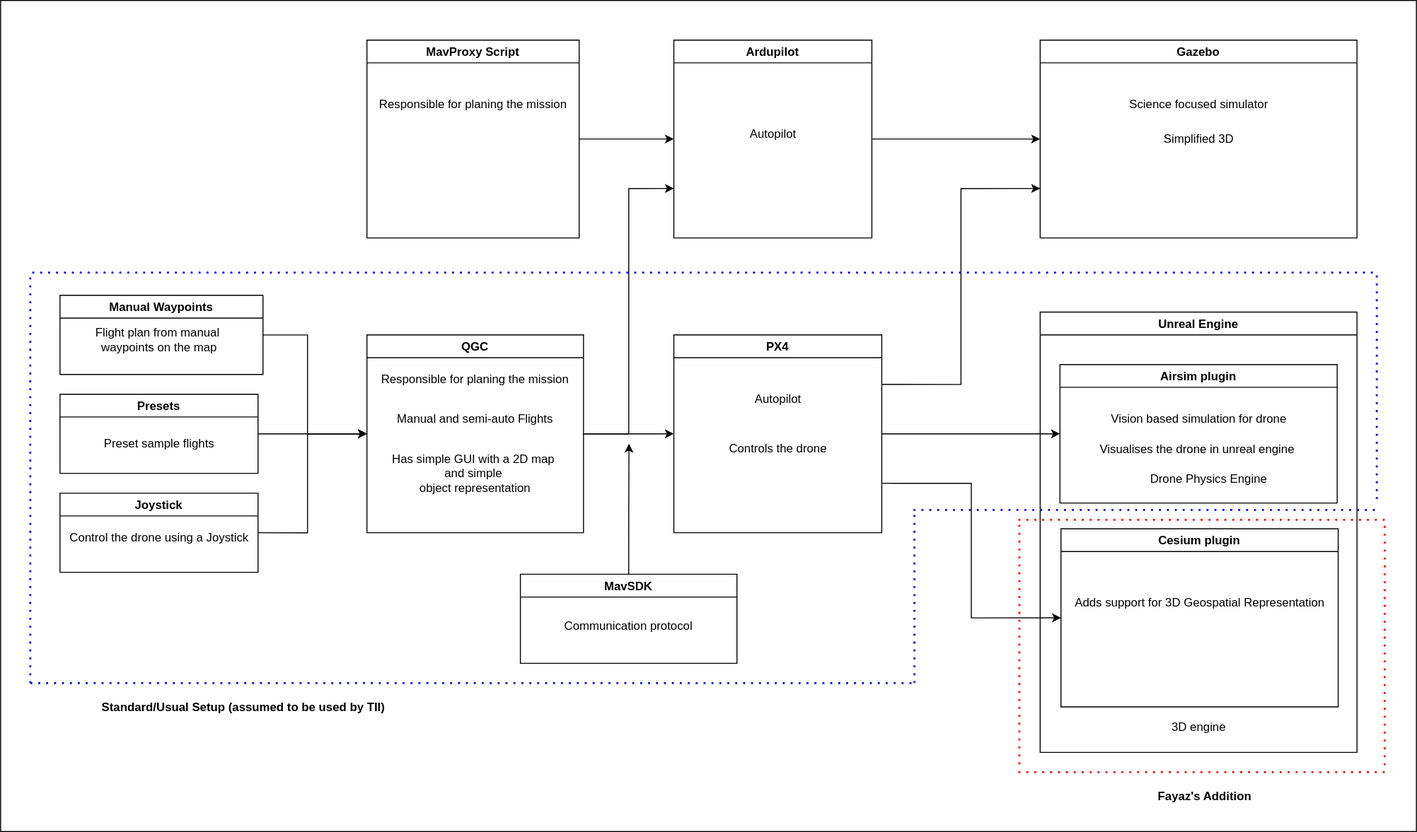
madatr/UTM-Diagrams keeps this draw.io diagram as Drone_sim.drawio.svg. Above is the earlier version. Source tidied: cells renumbered, new cells last; positions are measured from the earlier drawing's top-left corner, leaving out a move shared by most shapes.
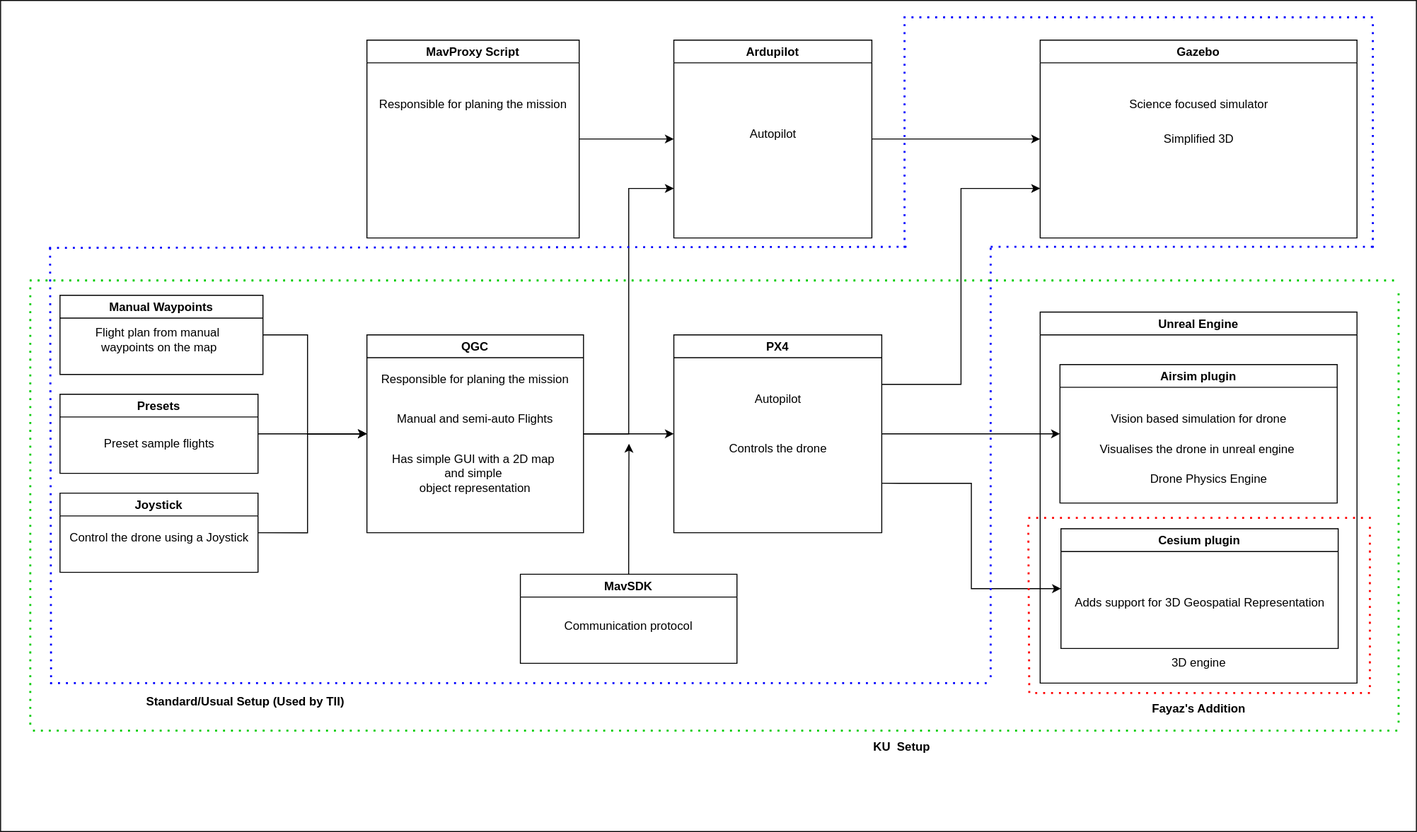
Later version of the same file.

Change to the diagram source:
```diff
@@ -2,6 +2,9 @@
   <root>
     <mxCell id="0" />
     <mxCell id="1" parent="0" />
+    <mxCell id="55" style="rounded=0;whiteSpace=wrap;html=1;fillColor=none;" parent="1" vertex="1">
+      <mxGeometry width="1430" height="840" as="geometry" />
+    </mxCell>
     <mxCell id="2" style="edgeStyle=orthogonalEdgeStyle;rounded=0;jettySize=auto;html=1;exitX=1;exitY=0.5;exitDx=0;exitDy=0;entryX=0;entryY=0.5;entryDx=0;entryDy=0;" parent="1" edge="1" source="4" target="11">
       <mxGeometry relative="1" as="geometry" />
     </mxCell>
@@ -66,7 +69,7 @@
       <mxGeometry x="2.2" y="50" width="210" height="30" as="geometry" />
     </mxCell>
     <mxCell id="23" value="Unreal Engine" style="swimlane;" parent="1" vertex="1">
-      <mxGeometry x="1050" y="315" width="320" height="445" as="geometry" />
+      <mxGeometry x="1050" y="315" width="320" height="375" as="geometry" />
     </mxCell>
     <mxCell id="24" value="Airsim plugin" style="swimlane;" parent="23" vertex="1">
       <mxGeometry x="20" y="53" width="280" height="140" as="geometry" />
@@ -81,10 +84,10 @@
       <mxGeometry x="80" y="101" width="140" height="30" as="geometry" />
     </mxCell>
     <mxCell id="28" value="3D engine" style="text;html=1;align=center;verticalAlign=middle;strokeColor=none;fillColor=none;" parent="23" vertex="1">
-      <mxGeometry x="120" y="405" width="80" height="30" as="geometry" />
+      <mxGeometry x="120" y="340" width="80" height="30" as="geometry" />
     </mxCell>
     <mxCell id="29" value="Cesium plugin" style="swimlane;" parent="23" vertex="1">
-      <mxGeometry x="21" y="219" width="280" height="180" as="geometry" />
+      <mxGeometry x="21" y="219" width="280" height="121" as="geometry" />
     </mxCell>
     <mxCell id="30" value="Adds support for 3D Geospatial Representation" style="text;html=1;align=center;verticalAlign=middle;strokeColor=none;fillColor=none;" parent="29" vertex="1">
       <mxGeometry y="60" width="280" height="30" as="geometry" />
@@ -140,72 +143,108 @@
     </mxCell>
     <mxCell id="43" style="endArrow=none;dashed=1;html=1;dashPattern=1 3;strokeWidth=2;rounded=0;strokeColor=#0000FF;" parent="1" edge="1">
       <mxGeometry relative="1" as="geometry">
-        <mxPoint x="32" y="275" as="sourcePoint" />
-        <mxPoint x="1390" y="275" as="targetPoint" />
+        <mxPoint x="49" y="250" as="sourcePoint" />
+        <mxPoint x="919" y="249" as="targetPoint" />
       </mxGeometry>
     </mxCell>
     <mxCell id="44" style="endArrow=none;dashed=1;html=1;dashPattern=1 3;strokeWidth=2;rounded=0;strokeColor=#0000FF;" parent="1" edge="1">
       <mxGeometry relative="1" as="geometry">
-        <mxPoint x="922" y="515" as="sourcePoint" />
-        <mxPoint x="1392" y="515" as="targetPoint" />
+        <mxPoint x="920" y="17" as="sourcePoint" />
+        <mxPoint x="1390" y="17" as="targetPoint" />
       </mxGeometry>
     </mxCell>
     <mxCell id="45" style="endArrow=none;dashed=1;html=1;dashPattern=1 3;strokeWidth=2;rounded=0;strokeColor=#0000FF;" parent="1" edge="1">
       <mxGeometry relative="1" as="geometry">
-        <mxPoint x="1390" y="278" as="sourcePoint" />
-        <mxPoint x="1390" y="510" as="targetPoint" />
+        <mxPoint x="1386" y="24" as="sourcePoint" />
+        <mxPoint x="1386" y="250" as="targetPoint" />
       </mxGeometry>
     </mxCell>
     <mxCell id="46" style="endArrow=none;dashed=1;html=1;dashPattern=1 3;strokeWidth=2;rounded=0;strokeColor=#0000FF;" parent="1" edge="1">
       <mxGeometry relative="1" as="geometry">
-        <mxPoint x="30" y="690" as="sourcePoint" />
-        <mxPoint x="920" y="690" as="targetPoint" />
+        <mxPoint x="50" y="690" as="sourcePoint" />
+        <mxPoint x="996" y="690" as="targetPoint" />
       </mxGeometry>
     </mxCell>
     <mxCell id="47" style="endArrow=none;dashed=1;html=1;dashPattern=1 3;strokeWidth=2;rounded=0;strokeColor=#0000FF;" parent="1" edge="1">
       <mxGeometry relative="1" as="geometry">
-        <mxPoint x="923" y="520" as="sourcePoint" />
-        <mxPoint x="923" y="690" as="targetPoint" />
+        <mxPoint x="913" y="16" as="sourcePoint" />
+        <mxPoint x="913" y="250" as="targetPoint" />
       </mxGeometry>
     </mxCell>
     <mxCell id="48" style="endArrow=none;dashed=1;html=1;dashPattern=1 3;strokeWidth=2;rounded=0;strokeColor=#0000FF;" parent="1" edge="1">
       <mxGeometry relative="1" as="geometry">
-        <mxPoint x="30" y="280" as="sourcePoint" />
-        <mxPoint x="30" y="690" as="targetPoint" />
+        <mxPoint x="50" y="250" as="sourcePoint" />
+        <mxPoint x="51" y="691" as="targetPoint" />
       </mxGeometry>
     </mxCell>
-    <mxCell id="49" value="&lt;b&gt;Standard/Usual Setup (assumed to be used by TII)&lt;/b&gt;" style="text;html=1;align=center;verticalAlign=middle;strokeColor=none;fillColor=none;" parent="1" vertex="1">
-      <mxGeometry x="90" y="700" width="310" height="30" as="geometry" />
+    <mxCell id="49" value="&lt;b&gt;Standard/Usual Setup (Used by TII)&lt;/b&gt;" style="text;html=1;align=center;verticalAlign=middle;strokeColor=none;fillColor=none;" parent="1" vertex="1">
+      <mxGeometry x="137" y="694" width="220" height="30" as="geometry" />
     </mxCell>
     <mxCell id="50" style="endArrow=none;dashed=1;html=1;dashPattern=1 3;strokeWidth=2;rounded=0;strokeColor=#FF0000;" parent="1" edge="1">
       <mxGeometry relative="1" as="geometry">
-        <mxPoint x="1398" y="531" as="sourcePoint" />
-        <mxPoint x="1398" y="774" as="targetPoint" />
+        <mxPoint x="1383" y="532" as="sourcePoint" />
+        <mxPoint x="1383" y="700" as="targetPoint" />
       </mxGeometry>
     </mxCell>
     <mxCell id="51" style="endArrow=none;dashed=1;html=1;dashPattern=1 3;strokeWidth=2;rounded=0;strokeColor=#FF0000;" parent="1" edge="1">
       <mxGeometry relative="1" as="geometry">
-        <mxPoint x="1029" y="530" as="sourcePoint" />
-        <mxPoint x="1029" y="773" as="targetPoint" />
+        <mxPoint x="1038" y="530" as="sourcePoint" />
+        <mxPoint x="1039" y="700" as="targetPoint" />
       </mxGeometry>
     </mxCell>
     <mxCell id="52" style="endArrow=none;dashed=1;html=1;dashPattern=1 3;strokeWidth=2;rounded=0;strokeColor=#FF0000;" parent="1" edge="1">
       <mxGeometry relative="1" as="geometry">
-        <mxPoint x="1028" y="525" as="sourcePoint" />
-        <mxPoint x="1398" y="525" as="targetPoint" />
+        <mxPoint x="1038" y="523" as="sourcePoint" />
+        <mxPoint x="1390" y="523" as="targetPoint" />
       </mxGeometry>
     </mxCell>
     <mxCell id="53" style="endArrow=none;dashed=1;html=1;dashPattern=1 3;strokeWidth=2;rounded=0;strokeColor=#FF0000;" parent="1" edge="1">
       <mxGeometry relative="1" as="geometry">
-        <mxPoint x="1028" y="780" as="sourcePoint" />
-        <mxPoint x="1398" y="780" as="targetPoint" />
+        <mxPoint x="1045" y="700" as="sourcePoint" />
+        <mxPoint x="1387" y="700" as="targetPoint" />
       </mxGeometry>
     </mxCell>
     <mxCell id="54" value="&lt;b&gt;Fayaz's Addition&lt;/b&gt;" style="text;html=1;align=center;verticalAlign=middle;strokeColor=none;fillColor=none;" parent="1" vertex="1">
-      <mxGeometry x="1156" y="790" width="120" height="30" as="geometry" />
+      <mxGeometry x="1150" y="701" width="120" height="30" as="geometry" />
     </mxCell>
-    <mxCell id="55" style="rounded=0;whiteSpace=wrap;html=1;fillColor=none;" parent="1" vertex="1">
-      <mxGeometry width="1430" height="840" as="geometry" />
-    </mxCell>
+    <mxCell id="56" style="endArrow=none;dashed=1;html=1;dashPattern=1 3;strokeWidth=2;rounded=0;strokeColor=#0000FF;" parent="1" edge="1">
+      <mxGeometry relative="1" as="geometry">
+        <mxPoint x="1000" y="249" as="sourcePoint" />
+        <mxPoint x="1387" y="249" as="targetPoint" />
+      </mxGeometry>
+    </mxCell>
+    <mxCell id="57" style="endArrow=none;dashed=1;html=1;dashPattern=1 3;strokeWidth=2;rounded=0;strokeColor=#0000FF;" parent="1" edge="1">
+      <mxGeometry relative="1" as="geometry">
+        <mxPoint x="1000" y="250" as="sourcePoint" />
+        <mxPoint x="1000" y="690" as="targetPoint" />
+      </mxGeometry>
+    </mxCell>
+    <mxCell id="58" style="endArrow=none;dashed=1;html=1;dashPattern=1 3;strokeWidth=2;rounded=0;strokeColor=#00CC00;" parent="1" edge="1">
+      <mxGeometry relative="1" as="geometry">
+        <mxPoint x="29.4" y="283" as="sourcePoint" />
+        <mxPoint x="1410" y="283" as="targetPoint" />
+      </mxGeometry>
+    </mxCell>
+    <mxCell id="59" style="endArrow=none;dashed=1;html=1;dashPattern=1 3;strokeWidth=2;rounded=0;strokeColor=#00CC00;" parent="1" edge="1">
+      <mxGeometry relative="1" as="geometry">
+        <mxPoint x="32.7" y="738" as="sourcePoint" />
+        <mxPoint x="1413" y="738" as="targetPoint" />
+      </mxGeometry>
+    </mxCell>
+    <mxCell id="60" style="endArrow=none;dashed=1;html=1;dashPattern=1 3;strokeWidth=2;rounded=0;strokeColor=#00CC00;" parent="1" edge="1">
+      <mxGeometry relative="1" as="geometry">
+        <mxPoint x="30" y="732" as="sourcePoint" />
+        <mxPoint x="30" y="290" as="targetPoint" />
+      </mxGeometry>
+    </mxCell>
+    <mxCell id="61" style="endArrow=none;dashed=1;html=1;dashPattern=1 3;strokeWidth=2;rounded=0;strokeColor=#00CC00;" parent="1" edge="1">
+      <mxGeometry relative="1" as="geometry">
+        <mxPoint x="1412" y="730" as="sourcePoint" />
+        <mxPoint x="1412" y="290" as="targetPoint" />
+      </mxGeometry>
+    </mxCell>
+    <mxCell id="62" value="&lt;b&gt;KU&amp;nbsp; Setup&lt;/b&gt;" style="text;html=1;align=center;verticalAlign=middle;strokeColor=none;fillColor=none;" parent="1" vertex="1">
+      <mxGeometry x="870" y="740" width="80" height="30" as="geometry" />
+    </mxCell>
   </root>
 </mxGraphModel>
```
